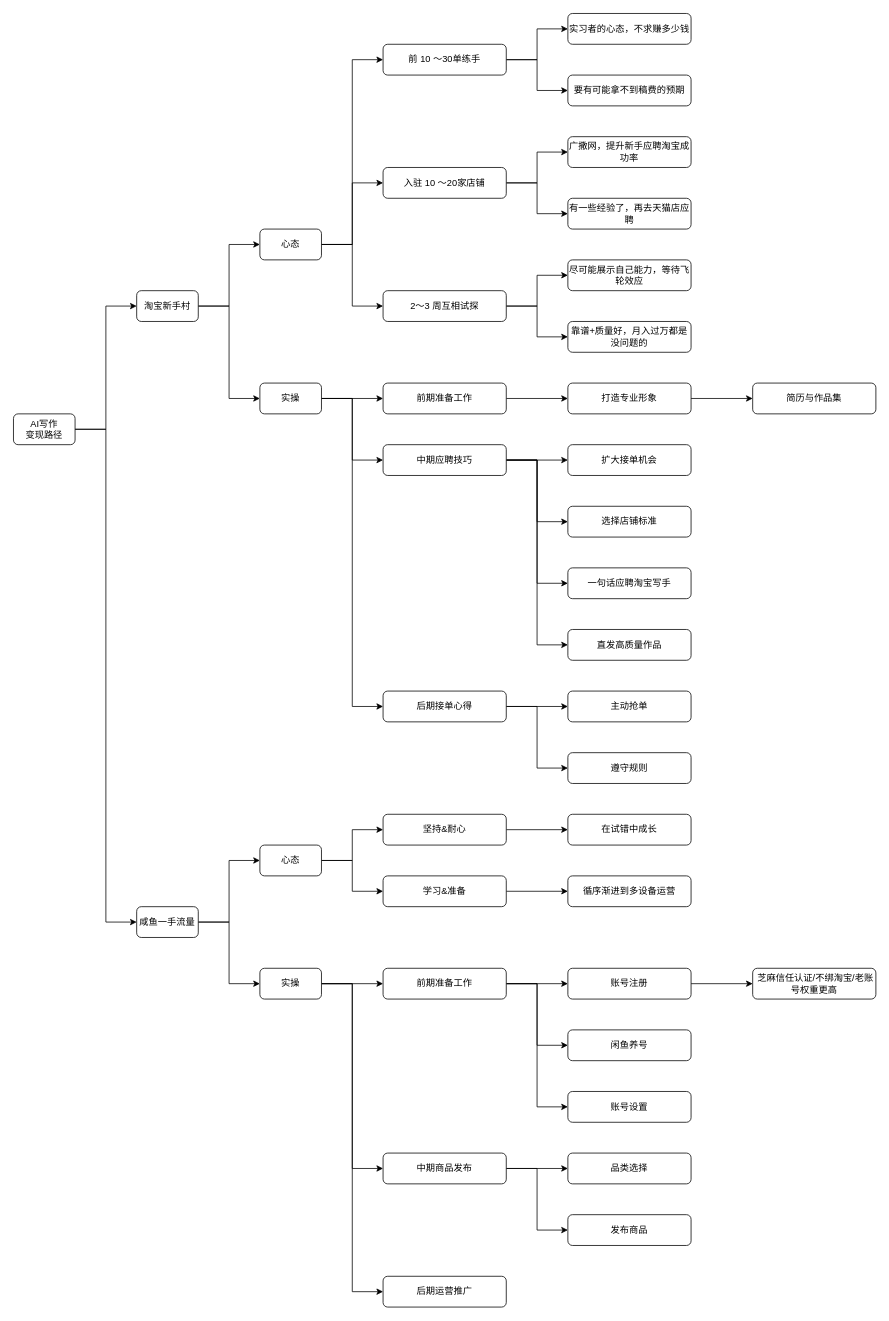
Above: page "第 2 页" (2 of 3) of AI prompt.drawio in youyusan/AI_prompt (draw.io), before the change. Source tidied: cells renumbered, new cells numbered last; positions are measured from the earlier drawing's top-left corner, leaving out a move shared by most shapes. Both pictures are drawn from the tidied source at 77%, with x=0, y=0 at pixel (13, 13).
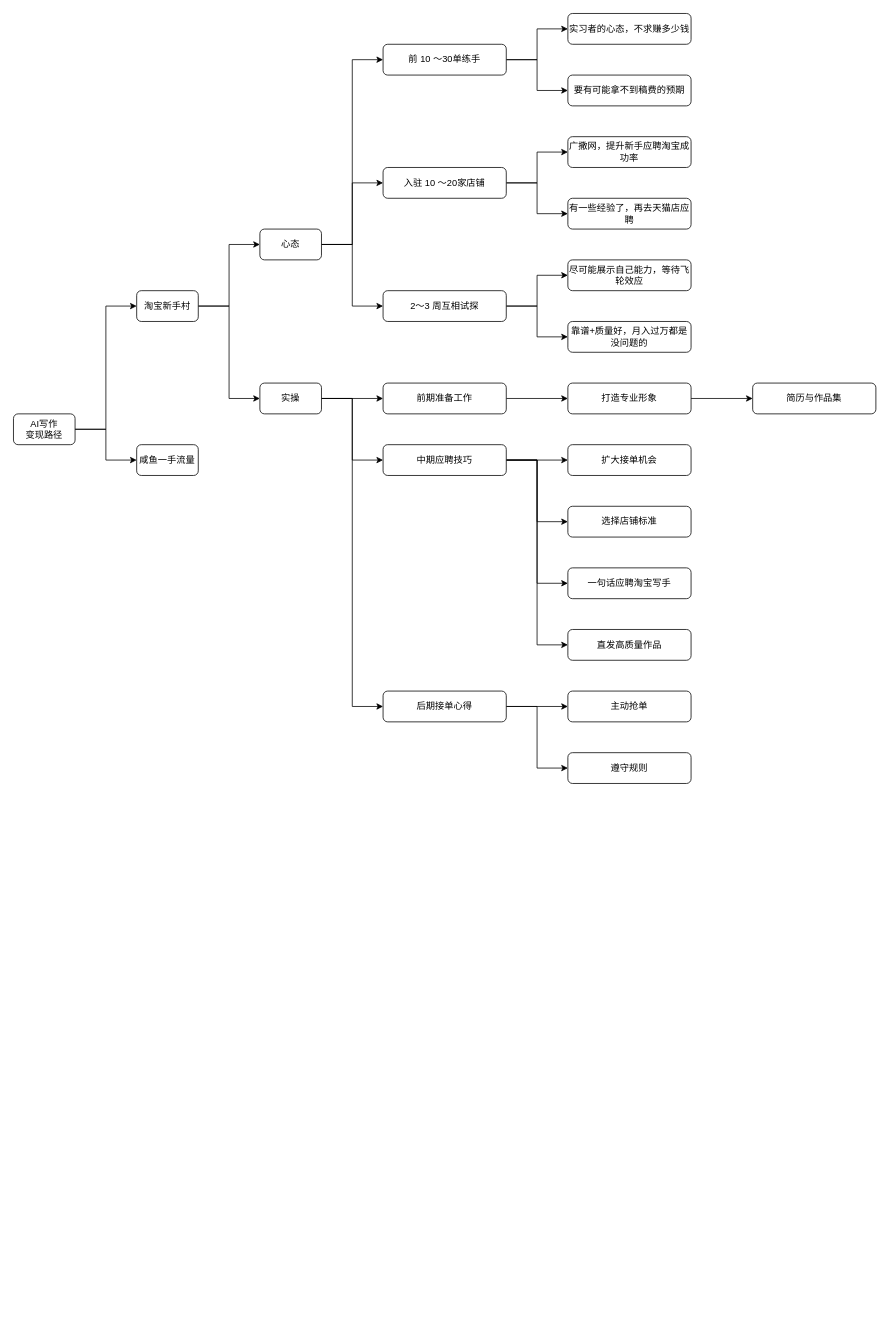
Above is the later version.

Diff of the diagram source:
```diff
@@
-    <mxCell id="8" style="edgeStyle=orthogonalEdgeStyle;shape=connector;rounded=0;hachureGap=4;jettySize=auto;html=1;entryX=0;entryY=0.5;entryDx=0;entryDy=0;strokeColor=default;align=center;verticalAlign=middle;fontFamily=Architects Daughter;fontSize=11;fontColor=default;labelBackgroundColor=default;endArrow=classic;" parent="1" edge="1" source="10" target="55">
-      <mxGeometry relative="1" as="geometry" />
-    </mxCell>
-    <mxCell id="9" style="edgeStyle=orthogonalEdgeStyle;shape=connector;rounded=0;hachureGap=4;jettySize=auto;html=1;entryX=0;entryY=0.5;entryDx=0;entryDy=0;strokeColor=default;align=center;verticalAlign=middle;fontFamily=Architects Daughter;fontSize=11;fontColor=default;labelBackgroundColor=default;endArrow=classic;" parent="1" edge="1" source="10" target="61">
-      <mxGeometry relative="1" as="geometry" />
-    </mxCell>
-    <mxCell id="10" value="咸鱼一手流量" style="rounded=1;whiteSpace=wrap;html=1;" parent="1" vertex="1">
-      <mxGeometry x="160" y="1160" width="80" height="40" as="geometry" />
-    </mxCell>
@@
-    <mxCell id="53" style="edgeStyle=orthogonalEdgeStyle;shape=connector;rounded=0;hachureGap=4;jettySize=auto;html=1;strokeColor=default;align=center;verticalAlign=middle;fontFamily=Architects Daughter;fontSize=11;fontColor=default;labelBackgroundColor=default;endArrow=classic;" parent="1" edge="1" source="55" target="57">
-      <mxGeometry relative="1" as="geometry" />
-    </mxCell>
-    <mxCell id="54" style="edgeStyle=orthogonalEdgeStyle;shape=connector;rounded=0;hachureGap=4;jettySize=auto;html=1;entryX=0;entryY=0.5;entryDx=0;entryDy=0;strokeColor=default;align=center;verticalAlign=middle;fontFamily=Architects Daughter;fontSize=11;fontColor=default;labelBackgroundColor=default;endArrow=classic;" parent="1" edge="1" source="55" target="63">
-      <mxGeometry relative="1" as="geometry" />
-    </mxCell>
-    <mxCell id="55" value="心态" style="rounded=1;whiteSpace=wrap;html=1;" parent="1" vertex="1">
-      <mxGeometry x="320" y="1080" width="80" height="40" as="geometry" />
-    </mxCell>
-    <mxCell id="56" style="edgeStyle=orthogonalEdgeStyle;shape=connector;rounded=0;hachureGap=4;jettySize=auto;html=1;entryX=0;entryY=0.5;entryDx=0;entryDy=0;strokeColor=default;align=center;verticalAlign=middle;fontFamily=Architects Daughter;fontSize=11;fontColor=default;labelBackgroundColor=default;endArrow=classic;" parent="1" edge="1" source="57" target="71">
-      <mxGeometry relative="1" as="geometry" />
-    </mxCell>
-    <mxCell id="57" value="坚持&amp;amp;耐心" style="rounded=1;whiteSpace=wrap;html=1;" parent="1" vertex="1">
-      <mxGeometry x="480" y="1040" width="160" height="40" as="geometry" />
-    </mxCell>
-    <mxCell id="58" style="edgeStyle=orthogonalEdgeStyle;shape=connector;rounded=0;hachureGap=4;jettySize=auto;html=1;strokeColor=default;align=center;verticalAlign=middle;fontFamily=Architects Daughter;fontSize=11;fontColor=default;labelBackgroundColor=default;endArrow=classic;" parent="1" edge="1" source="61" target="67">
-      <mxGeometry relative="1" as="geometry" />
-    </mxCell>
-    <mxCell id="59" style="edgeStyle=orthogonalEdgeStyle;shape=connector;rounded=0;hachureGap=4;jettySize=auto;html=1;entryX=0;entryY=0.5;entryDx=0;entryDy=0;strokeColor=default;align=center;verticalAlign=middle;fontFamily=Architects Daughter;fontSize=11;fontColor=default;labelBackgroundColor=default;endArrow=classic;" parent="1" edge="1" source="61" target="70">
-      <mxGeometry relative="1" as="geometry" />
-    </mxCell>
-    <mxCell id="60" style="edgeStyle=orthogonalEdgeStyle;shape=connector;rounded=0;hachureGap=4;jettySize=auto;html=1;entryX=0;entryY=0.5;entryDx=0;entryDy=0;strokeColor=default;align=center;verticalAlign=middle;fontFamily=Architects Daughter;fontSize=11;fontColor=default;labelBackgroundColor=default;endArrow=classic;" parent="1" edge="1" source="61" target="79">
-      <mxGeometry relative="1" as="geometry" />
-    </mxCell>
-    <mxCell id="61" value="实操" style="rounded=1;whiteSpace=wrap;html=1;" parent="1" vertex="1">
-      <mxGeometry x="320" y="1240" width="80" height="40" as="geometry" />
-    </mxCell>
-    <mxCell id="62" style="edgeStyle=orthogonalEdgeStyle;shape=connector;rounded=0;hachureGap=4;jettySize=auto;html=1;strokeColor=default;align=center;verticalAlign=middle;fontFamily=Architects Daughter;fontSize=11;fontColor=default;labelBackgroundColor=default;endArrow=classic;" parent="1" edge="1" source="63" target="72">
-      <mxGeometry relative="1" as="geometry" />
-    </mxCell>
-    <mxCell id="63" value="学习&amp;amp;准备" style="rounded=1;whiteSpace=wrap;html=1;" parent="1" vertex="1">
-      <mxGeometry x="480" y="1120" width="160" height="40" as="geometry" />
-    </mxCell>
-    <mxCell id="64" style="edgeStyle=orthogonalEdgeStyle;shape=connector;rounded=0;hachureGap=4;jettySize=auto;html=1;strokeColor=default;align=center;verticalAlign=middle;fontFamily=Architects Daughter;fontSize=11;fontColor=default;labelBackgroundColor=default;endArrow=classic;" parent="1" edge="1" source="67" target="74">
-      <mxGeometry relative="1" as="geometry" />
-    </mxCell>
-    <mxCell id="65" style="edgeStyle=orthogonalEdgeStyle;shape=connector;rounded=0;hachureGap=4;jettySize=auto;html=1;entryX=0;entryY=0.5;entryDx=0;entryDy=0;strokeColor=default;align=center;verticalAlign=middle;fontFamily=Architects Daughter;fontSize=11;fontColor=default;labelBackgroundColor=default;endArrow=classic;" parent="1" edge="1" source="67" target="75">
-      <mxGeometry relative="1" as="geometry" />
-    </mxCell>
-    <mxCell id="66" style="edgeStyle=orthogonalEdgeStyle;shape=connector;rounded=0;hachureGap=4;jettySize=auto;html=1;entryX=0;entryY=0.5;entryDx=0;entryDy=0;strokeColor=default;align=center;verticalAlign=middle;fontFamily=Architects Daughter;fontSize=11;fontColor=default;labelBackgroundColor=default;endArrow=classic;" parent="1" edge="1" source="67" target="76">
-      <mxGeometry relative="1" as="geometry" />
-    </mxCell>
-    <mxCell id="67" value="前期准备工作" style="rounded=1;whiteSpace=wrap;html=1;" parent="1" vertex="1">
-      <mxGeometry x="480" y="1240" width="160" height="40" as="geometry" />
-    </mxCell>
-    <mxCell id="68" style="edgeStyle=orthogonalEdgeStyle;shape=connector;rounded=0;hachureGap=4;jettySize=auto;html=1;strokeColor=default;align=center;verticalAlign=middle;fontFamily=Architects Daughter;fontSize=11;fontColor=default;labelBackgroundColor=default;endArrow=classic;" parent="1" edge="1" source="70" target="77">
-      <mxGeometry relative="1" as="geometry" />
-    </mxCell>
-    <mxCell id="69" style="edgeStyle=orthogonalEdgeStyle;shape=connector;rounded=0;hachureGap=4;jettySize=auto;html=1;entryX=0;entryY=0.5;entryDx=0;entryDy=0;strokeColor=default;align=center;verticalAlign=middle;fontFamily=Architects Daughter;fontSize=11;fontColor=default;labelBackgroundColor=default;endArrow=classic;" parent="1" edge="1" source="70" target="78">
-      <mxGeometry relative="1" as="geometry" />
-    </mxCell>
-    <mxCell id="70" value="中期商品发布" style="rounded=1;whiteSpace=wrap;html=1;" parent="1" vertex="1">
-      <mxGeometry x="480" y="1480" width="160" height="40" as="geometry" />
-    </mxCell>
-    <mxCell id="71" value="在试错中成长" style="rounded=1;whiteSpace=wrap;html=1;" parent="1" vertex="1">
-      <mxGeometry x="720" y="1040" width="160" height="40" as="geometry" />
-    </mxCell>
-    <mxCell id="72" value="循序渐进到多设备运营" style="rounded=1;whiteSpace=wrap;html=1;" parent="1" vertex="1">
-      <mxGeometry x="720" y="1120" width="160" height="40" as="geometry" />
-    </mxCell>
-    <mxCell id="73" style="edgeStyle=orthogonalEdgeStyle;shape=connector;rounded=0;hachureGap=4;jettySize=auto;html=1;entryX=0;entryY=0.5;entryDx=0;entryDy=0;strokeColor=default;align=center;verticalAlign=middle;fontFamily=Architects Daughter;fontSize=11;fontColor=default;labelBackgroundColor=default;endArrow=classic;" parent="1" edge="1" source="74" target="80">
-      <mxGeometry relative="1" as="geometry" />
-    </mxCell>
-    <mxCell id="74" value="账号注册" style="rounded=1;whiteSpace=wrap;html=1;" parent="1" vertex="1">
-      <mxGeometry x="720" y="1240" width="160" height="40" as="geometry" />
-    </mxCell>
-    <mxCell id="75" value="闲鱼养号" style="rounded=1;whiteSpace=wrap;html=1;" parent="1" vertex="1">
-      <mxGeometry x="720" y="1320" width="160" height="40" as="geometry" />
-    </mxCell>
-    <mxCell id="76" value="账号设置" style="rounded=1;whiteSpace=wrap;html=1;" parent="1" vertex="1">
-      <mxGeometry x="720" y="1400" width="160" height="40" as="geometry" />
-    </mxCell>
-    <mxCell id="77" value="品类选择" style="rounded=1;whiteSpace=wrap;html=1;" parent="1" vertex="1">
-      <mxGeometry x="720" y="1480" width="160" height="40" as="geometry" />
-    </mxCell>
-    <mxCell id="78" value="发布商品" style="rounded=1;whiteSpace=wrap;html=1;" parent="1" vertex="1">
-      <mxGeometry x="720" y="1560" width="160" height="40" as="geometry" />
-    </mxCell>
-    <mxCell id="79" value="后期运营推广" style="rounded=1;whiteSpace=wrap;html=1;" parent="1" vertex="1">
-      <mxGeometry x="480" y="1640" width="160" height="40" as="geometry" />
-    </mxCell>
-    <mxCell id="80" value="&amp;nbsp;芝麻信任认证/不绑淘宝/老账号权重更高" style="rounded=1;whiteSpace=wrap;html=1;" parent="1" vertex="1">
-      <mxGeometry x="960" y="1240" width="160" height="40" as="geometry" />
-    </mxCell>
+    <mxCell id="10" value="咸鱼一手流量" style="rounded=1;whiteSpace=wrap;html=1;" parent="1" vertex="1">
+      <mxGeometry x="160" y="560" width="80" height="40" as="geometry" />
+    </mxCell>
```
